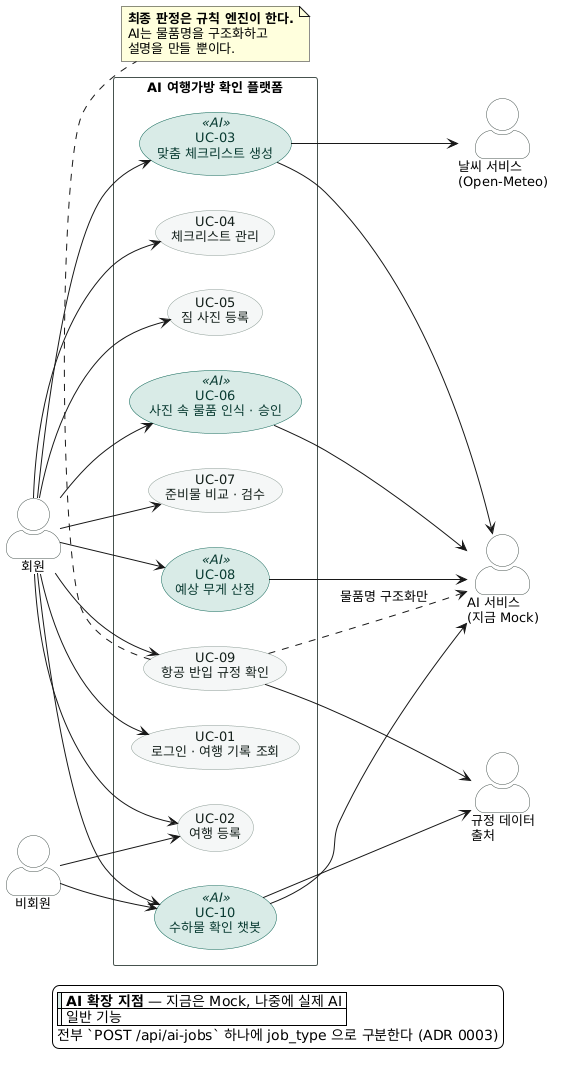
SangMyeong5426/skala-mini-ai-web-service keeps this PlantUML diagram as docs/images/02-usecase.png. Above is the earlier version.
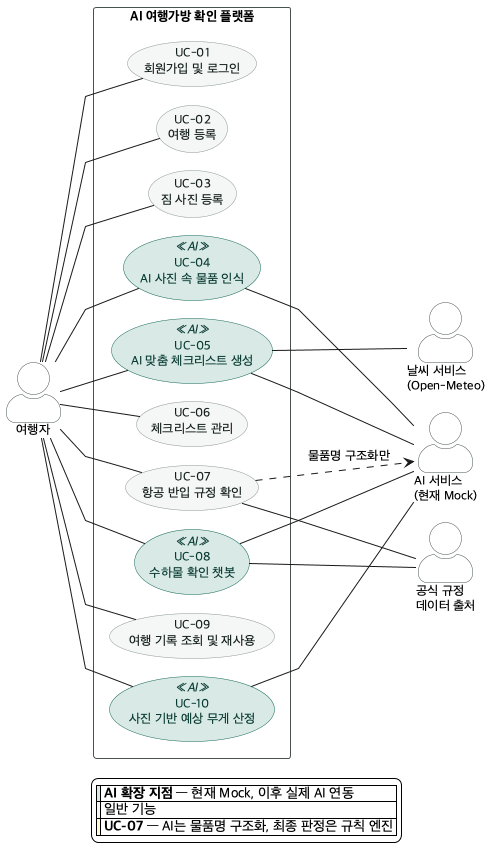
After the change.

Commit message:
docs(docs): 상세 기능 명세에 맞춰 Use-Case 다이어그램 수정 (#19)

The edit, as a diff of the source:
```diff
@@ -1,8 +1,11 @@
-@startuml
+@startuml 02-usecase
 
 left to right direction
 skinparam backgroundColor #FFFFFF
 skinparam shadowing false
+skinparam linetype polyline
+skinparam nodesep 18
+skinparam ranksep 32
 skinparam defaultFontName "Apple SD Gothic Neo"
 skinparam defaultFontSize 13
 skinparam actorStyle awesome
@@ -24,61 +27,49 @@
   FontStyle bold
 }
 
-actor "회원" as MEMBER
-actor "비회원" as GUEST
-
-actor "AI 서비스\n(지금 Mock)" as AI
-actor "규정 데이터\n출처" as RULES
-actor "날씨 서비스\n(Open-Meteo)" as WEATHER
+actor "여행자" as TRAVELER
 
 rectangle "AI 여행가방 확인 플랫폼" {
+  usecase "UC-01\n회원가입 및 로그인" as UC01
+  usecase "UC-02\n여행 등록" as UC02
+  usecase "UC-03\n짐 사진 등록" as UC03
+  usecase "UC-04\nAI 사진 속 물품 인식" as UC04 <<AI>>
+  usecase "UC-05\nAI 맞춤 체크리스트 생성" as UC05 <<AI>>
+  usecase "UC-06\n체크리스트 관리" as UC06
+  usecase "UC-07\n항공 반입 규정 확인" as UC07
+  usecase "UC-08\n수하물 확인 챗봇" as UC08 <<AI>>
+  usecase "UC-09\n여행 기록 조회 및 재사용" as UC09
+  usecase "UC-10\n사진 기반 예상 무게 산정" as UC10 <<AI>>
 
-  usecase "UC-01\n로그인 · 여행 기록 조회" as UC01
-  usecase "UC-02\n여행 등록" as UC02
-  usecase "UC-03\n맞춤 체크리스트 생성" as UC03 <<AI>>
-  usecase "UC-04\n체크리스트 관리" as UC04
-  usecase "UC-05\n짐 사진 등록" as UC05
-  usecase "UC-06\n사진 속 물품 인식 · 승인" as UC06 <<AI>>
-  usecase "UC-07\n준비물 비교 · 검수" as UC07
-  usecase "UC-08\n예상 무게 산정" as UC08 <<AI>>
-  usecase "UC-09\n항공 반입 규정 확인" as UC09
-  usecase "UC-10\n수하물 확인 챗봇" as UC10 <<AI>>
 }
 
-MEMBER --> UC01
-MEMBER --> UC02
-MEMBER --> UC03
-MEMBER --> UC04
-MEMBER --> UC05
-MEMBER --> UC06
-MEMBER --> UC07
-MEMBER --> UC08
-MEMBER --> UC09
-MEMBER --> UC10
+actor "AI 서비스\n(현재 Mock)" as AI
+actor "날씨 서비스\n(Open-Meteo)" as WEATHER
+actor "공식 규정\n데이터 출처" as RULES
 
-GUEST --> UC02
-GUEST --> UC10
+TRAVELER -- UC01
+TRAVELER -- UC02
+TRAVELER -- UC03
+TRAVELER -- UC04
+TRAVELER -- UC05
+TRAVELER -- UC06
+TRAVELER -- UC07
+TRAVELER -- UC08
+TRAVELER -- UC09
+TRAVELER -- UC10
 
-UC03 --> AI
-UC06 --> AI
-UC08 --> AI
-UC10 --> AI
-UC09 ..> AI : 물품명 구조화만
-
-UC09 --> RULES
-UC10 --> RULES
-UC03 --> WEATHER
-
-
-note bottom of UC09
-  **최종 판정은 규칙 엔진이 한다.**
-  AI는 물품명을 구조화하고
-  설명을 만들 뿐이다.
-end note
+UC04 -- AI
+UC05 -- AI
+UC07 ..> AI : 물품명 구조화만
+UC08 -- AI
+UC10 -- AI
+UC05 -- WEATHER
+UC07 -- RULES
+UC08 -- RULES
 
 legend bottom
-  |<#D9EAE6>| **AI 확장 지점** — 지금은 Mock, 나중에 실제 AI |
+  |<#D9EAE6>| **AI 확장 지점** — 현재 Mock, 이후 실제 AI 연동 |
   |<#F5F7F6>| 일반 기능 |
-  전부 `POST /api/ai-jobs` 하나에 job_type 으로 구분한다 (ADR 0003)
+  |<#FFF8D5>| **UC-07** — AI는 물품명 구조화, 최종 판정은 규칙 엔진 |
 endlegend
 @enduml
```
